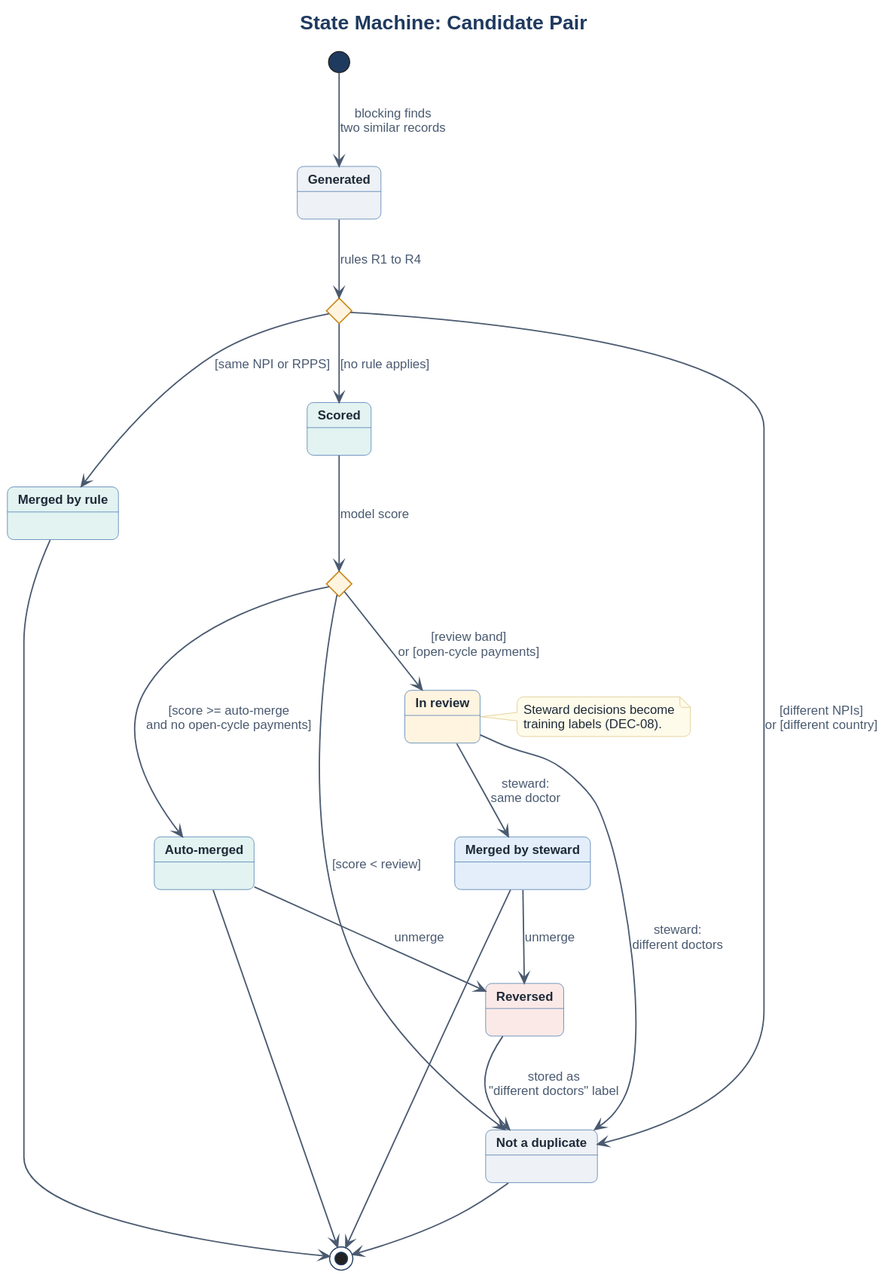
The PlantUML diagram 04_models/img/state_candidate_pair.svg in dimelnychuk91-lgtm/hcp-master-data-ba-case, before a commit. The source it was exported from:
```plantuml
@startuml
!include style.iuml
title State Machine: Candidate Pair

state RuleCheck <<choice>>
state ScoreCheck <<choice>>
state Generated #EEF1F5
state Scored #E2F3F1
state InReview as "In review" #FFF4E0
state MergedByRule as "Merged by rule" #E2F3F1
state AutoMerged as "Auto-merged" #E2F3F1
state MergedBySteward as "Merged by steward" #E3EEFA
state Reversed #FBE9E7
state NotDuplicate as "Not a duplicate" #EEF1F5

[*] --> Generated : blocking finds\ntwo similar records
Generated --> RuleCheck : rules R1 to R4
RuleCheck --> NotDuplicate : [different NPIs]\nor [different country]
RuleCheck --> MergedByRule : [same NPI or RPPS]
RuleCheck --> Scored : [no rule applies]
Scored --> ScoreCheck : model score
ScoreCheck --> AutoMerged : [score >= auto-merge\nand no open-cycle payments]
ScoreCheck --> InReview : [review band]\nor [open-cycle payments]
ScoreCheck --> NotDuplicate : [score < review]
InReview --> MergedBySteward : steward:\nsame doctor
InReview --> NotDuplicate : steward:\ndifferent doctors
AutoMerged --> Reversed : unmerge
MergedBySteward --> Reversed : unmerge
Reversed --> NotDuplicate : stored as\n"different doctors" label

MergedByRule --> [*]
AutoMerged --> [*]
MergedBySteward --> [*]
NotDuplicate --> [*]

note right of InReview
  Steward decisions become
  training labels (DEC-08).
end note
@enduml
```
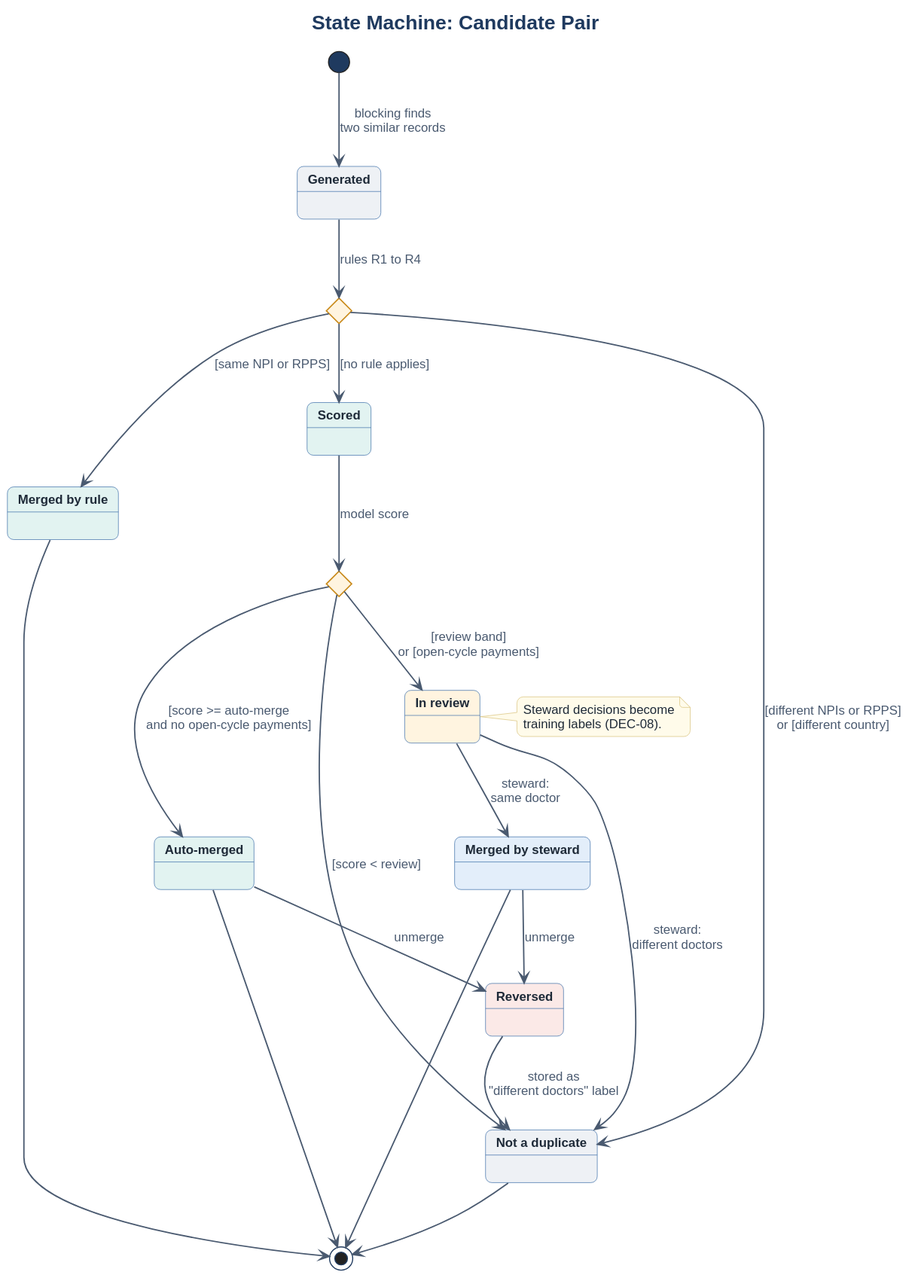
Later version of the same file.

The edit, as a diff of the source:
```diff
@@ -15,7 +15,7 @@
 
 [*] --> Generated : blocking finds\ntwo similar records
 Generated --> RuleCheck : rules R1 to R4
-RuleCheck --> NotDuplicate : [different NPIs]\nor [different country]
+RuleCheck --> NotDuplicate : [different NPIs or RPPS]\nor [different country]
 RuleCheck --> MergedByRule : [same NPI or RPPS]
 RuleCheck --> Scored : [no rule applies]
 Scored --> ScoreCheck : model score
```
